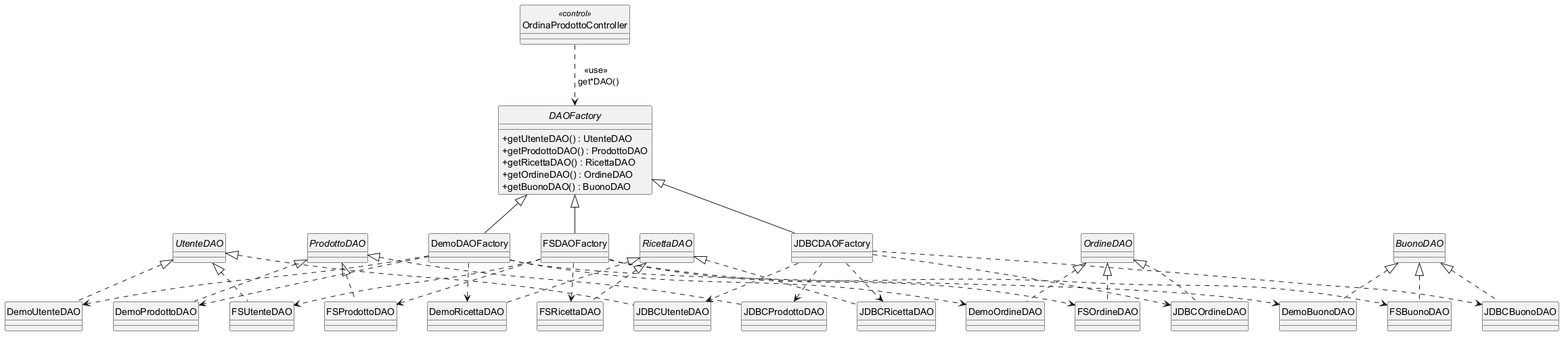
The PlantUML diagram docs/relazione_italiana/figures/dl_factory.png in Damiano-o/ciboamico, before a commit.
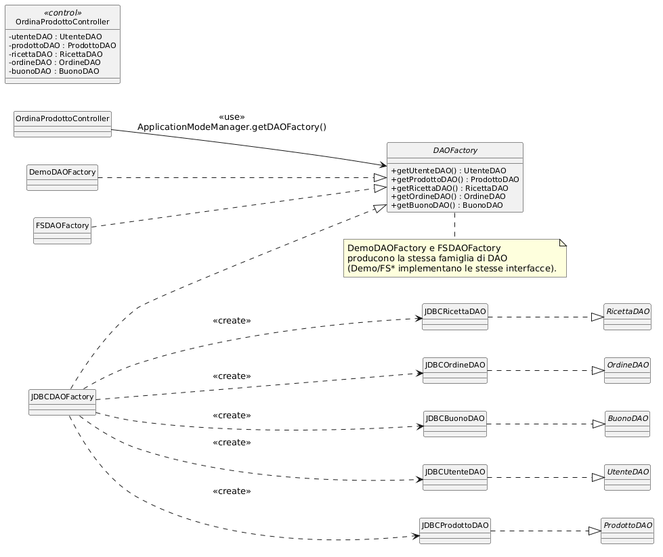
After the change.

Commit message:
docs: design-level DAO Abstract Factory in stile conciso 30/30 (Cardify) — DAOFactory astratta + concrete factory + interfacce DAO

Diff of the diagram source:
```diff
@@ -1,9 +1,22 @@
 @startuml
 skinparam style strictuml
 skinparam classAttributeIconSize 0
-skinparam nodesep 45
-skinparam ranksep 55
-abstract class "DAOFactory" as DF {
+skinparam nodesep 40
+skinparam ranksep 50
+skinparam classFontSize 12
+skinparam classAttributeFontSize 11
+left to right direction
+
+
+class "OrdinaProdottoController" as CTL <<control>> {
+  - utenteDAO : UtenteDAO
+  - prodottoDAO : ProdottoDAO
+  - ricettaDAO : RicettaDAO
+  - ordineDAO : OrdineDAO
+  - buonoDAO : BuonoDAO
+}
+
+interface "DAOFactory" {
   + getUtenteDAO() : UtenteDAO
   + getProdottoDAO() : ProdottoDAO
   + getRicettaDAO() : RicettaDAO
@@ -11,16 +24,12 @@
   + getBuonoDAO() : BuonoDAO
 }
 
-class "OrdinaProdottoController" as CTL <<control>>
-CTL ..> DF : <<use>> \n get*DAO()
-
-
-class "DemoDAOFactory" as DemoF
-class "FSDAOFactory" as FSF
-class "JDBCDAOFactory" as JDBCF
-DemoF -up-|> DF
-FSF -up-|> DF
-JDBCF -up-|> DF
+class "DemoDAOFactory"
+class "FSDAOFactory"
+class "JDBCDAOFactory"
+DemoDAOFactory ..|> DAOFactory
+FSDAOFactory  ..|> DAOFactory
+JDBCDAOFactory ..|> DAOFactory
 
 interface "UtenteDAO"
 interface "ProdottoDAO"
@@ -28,38 +37,29 @@
 interface "OrdineDAO"
 interface "BuonoDAO"
 
-DemoF ..> "DemoUtenteDAO"
-DemoF ..> "DemoProdottoDAO"
-DemoF ..> "DemoRicettaDAO"
-DemoF ..> "DemoOrdineDAO"
-DemoF ..> "DemoBuonoDAO"
+class "JDBCUtenteDAO"
+class "JDBCProdottoDAO"
+class "JDBCRicettaDAO"
+class "JDBCOrdineDAO"
+class "JDBCBuonoDAO"
+JDBCUtenteDAO ..|> UtenteDAO
+JDBCProdottoDAO ..|> ProdottoDAO
+JDBCRicettaDAO ..|> RicettaDAO
+JDBCOrdineDAO ..|> OrdineDAO
+JDBCBuonoDAO ..|> BuonoDAO
 
-FSF ..> "FSUtenteDAO"
-FSF ..> "FSProdottoDAO"
-FSF ..> "FSRicettaDAO"
-FSF ..> "FSOrdineDAO"
-FSF ..> "FSBuonoDAO"
+OrdinaProdottoController --> DAOFactory : <<use>>\nApplicationModeManager.getDAOFactory()
+JDBCDAOFactory ..> JDBCUtenteDAO : <<create>>
+JDBCDAOFactory ..> JDBCProdottoDAO : <<create>>
+JDBCDAOFactory ..> JDBCRicettaDAO : <<create>>
+JDBCDAOFactory ..> JDBCOrdineDAO : <<create>>
+JDBCDAOFactory ..> JDBCBuonoDAO : <<create>>
 
-JDBCF ..> "JDBCUtenteDAO"
-JDBCF ..> "JDBCProdottoDAO"
-JDBCF ..> "JDBCRicettaDAO"
-JDBCF ..> "JDBCOrdineDAO"
-JDBCF ..> "JDBCBuonoDAO"
 
-DemoUtenteDAO .up.|> UtenteDAO
-FSUtenteDAO .up.|> UtenteDAO
-JDBCUtenteDAO .up.|> UtenteDAO
-DemoProdottoDAO .up.|> ProdottoDAO
-FSProdottoDAO .up.|> ProdottoDAO
-JDBCProdottoDAO .up.|> ProdottoDAO
-DemoRicettaDAO .up.|> RicettaDAO
-FSRicettaDAO .up.|> RicettaDAO
-JDBCRicettaDAO .up.|> RicettaDAO
-DemoOrdineDAO .up.|> OrdineDAO
-FSOrdineDAO .up.|> OrdineDAO
-JDBCOrdineDAO .up.|> OrdineDAO
-DemoBuonoDAO .up.|> BuonoDAO
-FSBuonoDAO .up.|> BuonoDAO
-JDBCBuonoDAO .up.|> BuonoDAO
+note bottom of DAOFactory
+  DemoDAOFactory e FSDAOFactory
+  producono la stessa famiglia di DAO
+  (Demo/FS* implementano le stesse interfacce).
+end note
 
 @enduml
```
